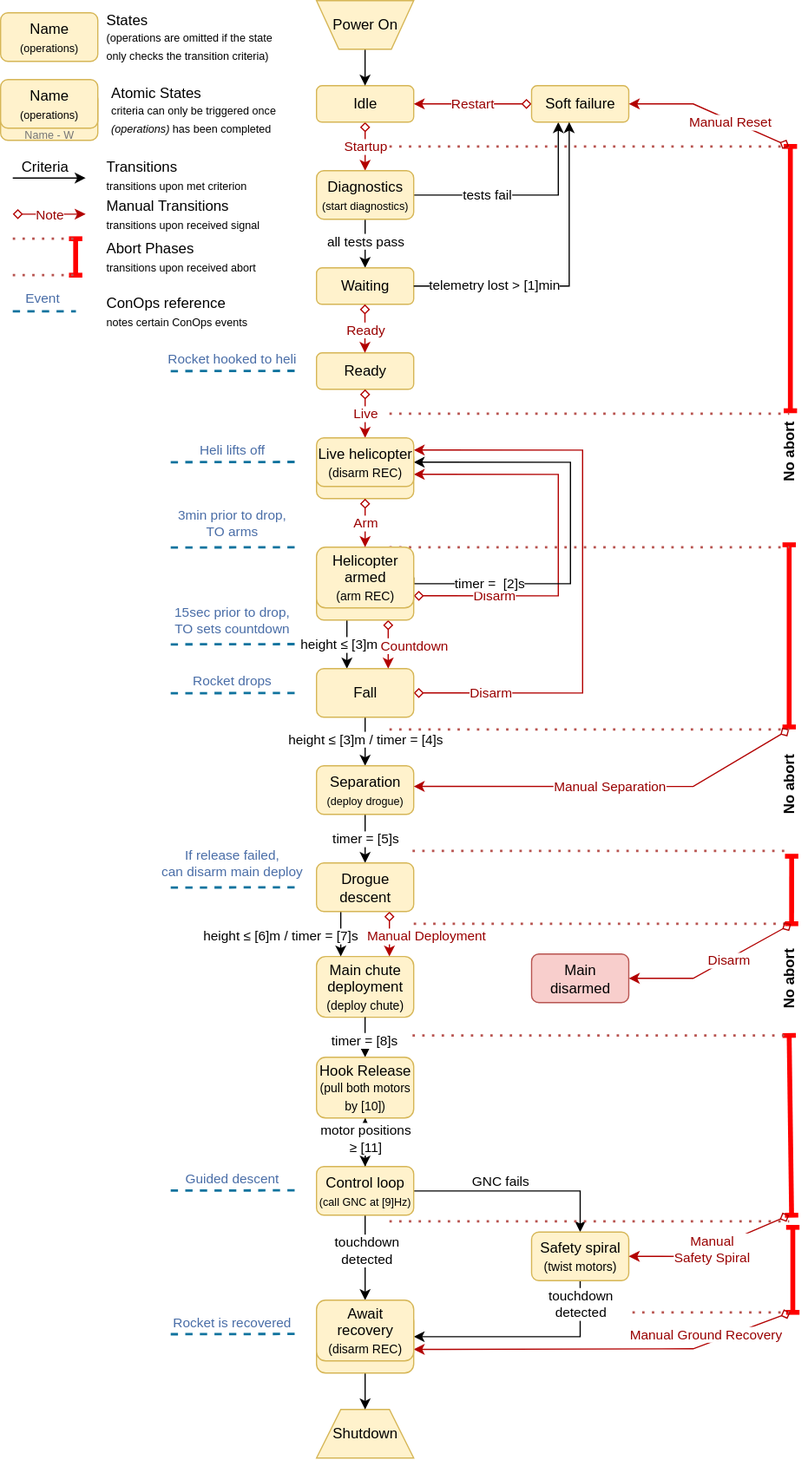
Before: state-machines/separation-drop-test-state-machine.drawio.svg, a diagram exported from draw.io (aris-space/asteria-remote-computers). Source tidied: cells renumbered, new cells last; positions are measured from the earlier drawing's top-left corner, leaving out a move shared by most shapes.
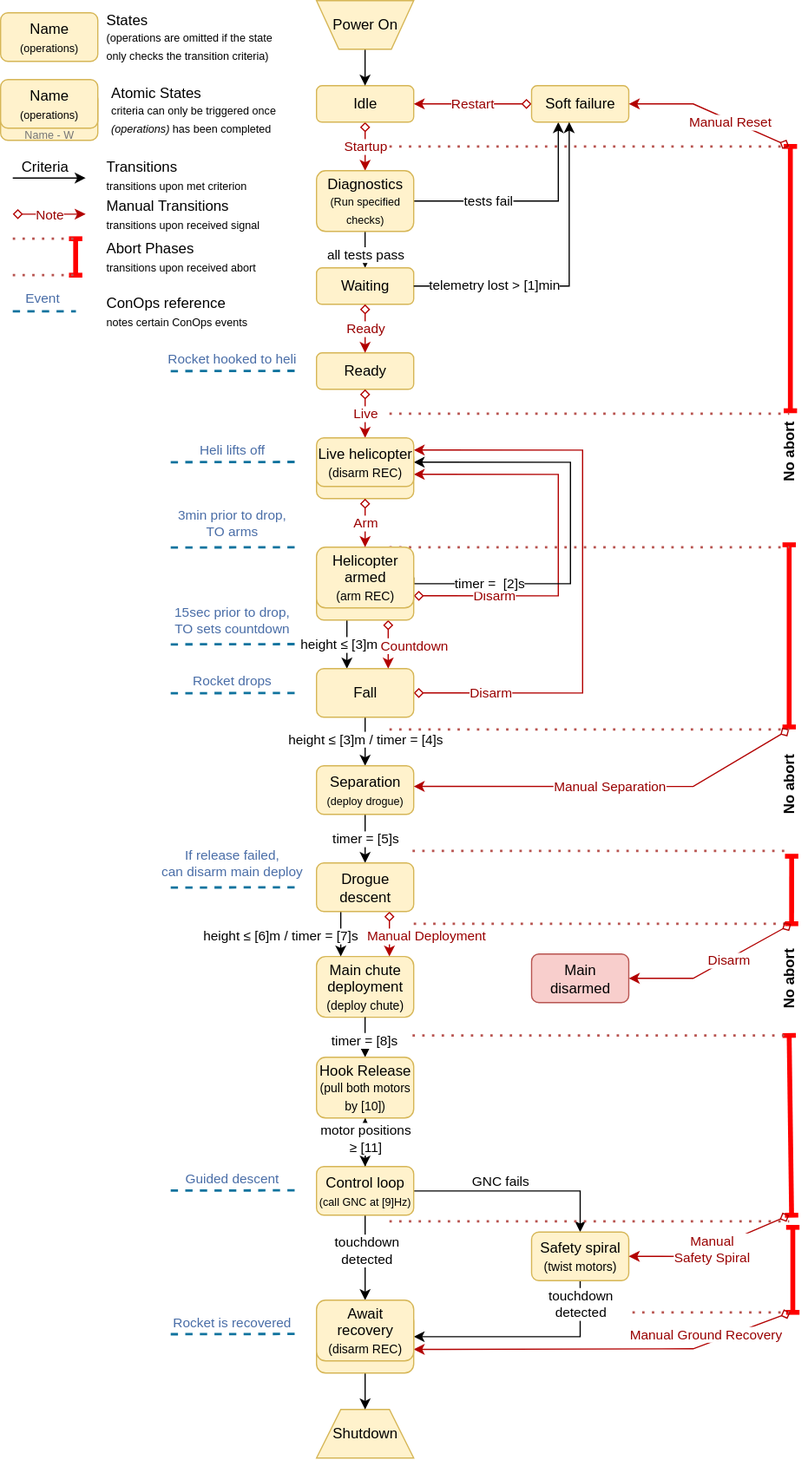
Above is the later version.

Commit message:
Specify what diagnostics does

The edit, as a diff of the source:
```diff
@@ -23,10 +23,10 @@
     <mxCell id="8" value="all tests pass" style="edgeLabel;html=1;align=center;verticalAlign=middle;" parent="7" vertex="1">
       <mxGeometry x="-0.13" relative="1" as="geometry" />
     </mxCell>
-    <mxCell id="9" style="edgeStyle=orthogonalEdgeStyle;rounded=0;jettySize=auto;html=1;entryX=0.275;entryY=1;entryDx=0;entryDy=0;entryPerimeter=0;" parent="1" edge="1" source="11" target="14">
+    <mxCell id="9" style="edgeStyle=orthogonalEdgeStyle;rounded=0;jettySize=auto;html=1;entryX=0.275;entryY=1;entryDx=0;entryDy=0;entryPerimeter=0;exitX=1;exitY=0.5;exitDx=0;exitDy=0;" parent="1" edge="1" source="11" target="14">
       <mxGeometry relative="1" as="geometry">
         <Array as="points">
-          <mxPoint x="459" y="160" />
+          <mxPoint x="459" y="165" />
         </Array>
       </mxGeometry>
     </mxCell>
@@ -35,8 +35,8 @@
         <mxPoint x="7" y="2" as="offset" />
       </mxGeometry>
     </mxCell>
-    <mxCell id="11" value="&lt;font&gt;Diagnostics&lt;/font&gt;&lt;div&gt;&lt;font style=&quot;font-size: 9px;&quot;&gt;(start diagnostics)&lt;br&gt;&lt;/font&gt;&lt;/div&gt;" style="rounded=1;whiteSpace=wrap;html=1;fillColor=#fff2cc;strokeColor=#d6b656;" parent="1" vertex="1">
-      <mxGeometry x="260" y="140" width="80" height="40" as="geometry" />
+    <mxCell id="11" value="&lt;font&gt;Diagnostics&lt;/font&gt;&lt;div&gt;&lt;font style=&quot;font-size: 9px;&quot;&gt;(Run specified checks)&lt;br&gt;&lt;/font&gt;&lt;/div&gt;" style="rounded=1;whiteSpace=wrap;html=1;fillColor=#fff2cc;strokeColor=#d6b656;" parent="1" vertex="1">
+      <mxGeometry x="260" y="140" width="80" height="50" as="geometry" />
     </mxCell>
     <mxCell id="12" value="Waiting" style="rounded=1;whiteSpace=wrap;html=1;fillColor=#fff2cc;strokeColor=#d6b656;" parent="1" vertex="1">
       <mxGeometry x="260" y="220" width="80" height="30" as="geometry" />
@@ -503,11 +503,8 @@
     <mxCell id="101" value="Await recovery&lt;div&gt;&lt;font size=&quot;1&quot;&gt;(disarm REC)&lt;/font&gt;&lt;/div&gt;" style="rounded=1;whiteSpace=wrap;html=1;fillColor=#fff2cc;strokeColor=#d6b656;" parent="1" vertex="1">
       <mxGeometry x="260" y="1070" width="80" height="50" as="geometry" />
     </mxCell>
-    <mxCell id="102" value="&lt;font color=&quot;#990000&quot;&gt;Ready&lt;/font&gt;" style="edgeStyle=orthogonalEdgeStyle;rounded=0;orthogonalLoop=1;jettySize=auto;html=1;entryX=0.5;entryY=0;entryDx=0;entryDy=0;shadow=0;strokeColor=#B20000;strokeWidth=1;align=center;verticalAlign=middle;fontFamily=Helvetica;fontSize=11;fontColor=default;labelBackgroundColor=default;jumpStyle=none;jumpSize=5;startArrow=diamond;startFill=0;endArrow=classic;flowAnimation=0;fillColor=#e51400;exitX=0.5;exitY=1;exitDx=0;exitDy=0;" parent="1" edge="1">
-      <mxGeometry relative="1" as="geometry">
-        <mxPoint x="299.9" y="250" as="sourcePoint" />
-        <mxPoint x="299.9" y="290" as="targetPoint" />
-      </mxGeometry>
+    <mxCell id="102" value="&lt;font color=&quot;#990000&quot;&gt;Ready&lt;/font&gt;" style="edgeStyle=orthogonalEdgeStyle;rounded=0;jettySize=auto;html=1;entryX=0.5;entryY=0;entryDx=0;entryDy=0;shadow=0;strokeColor=#B20000;strokeWidth=1;align=center;verticalAlign=middle;fontFamily=Helvetica;fontSize=11;fontColor=default;labelBackgroundColor=default;jumpStyle=none;jumpSize=5;startArrow=diamond;startFill=0;endArrow=classic;flowAnimation=0;fillColor=#e51400;exitX=0.5;exitY=1;exitDx=0;exitDy=0;" parent="1" edge="1" source="12" target="63">
+      <mxGeometry relative="1" as="geometry" />
     </mxCell>
   </root>
 </mxGraphModel>
```
